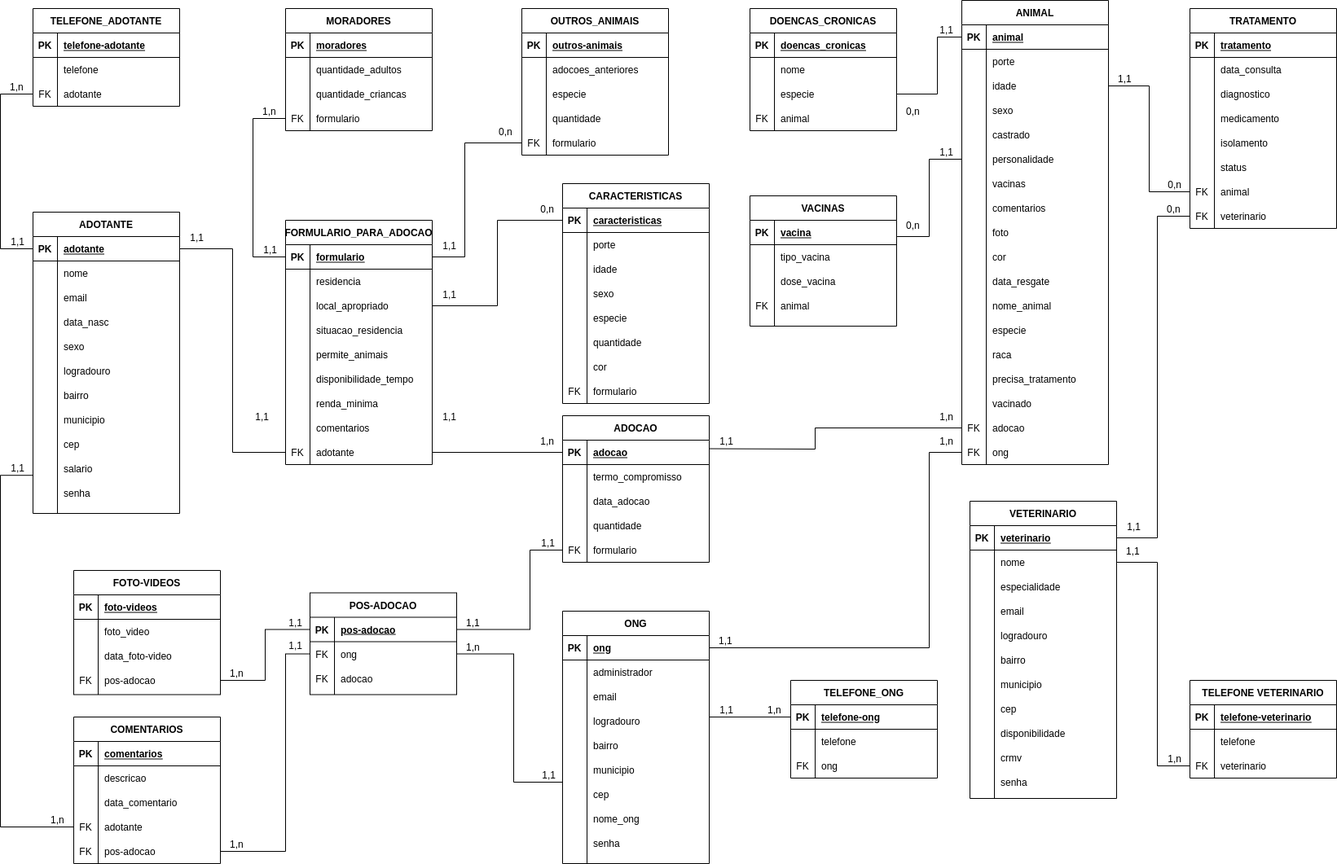
Before: img/relacional.png, a diagram exported from draw.io (ICEI-PUC-Minas-PMV-SI/pmv-si-2021-2-e2-proj-bpm-t1-adocao_animal). Source tidied: cells renumbered, new cells last; positions are measured from the earlier drawing's top-left corner, leaving out a move shared by most shapes.
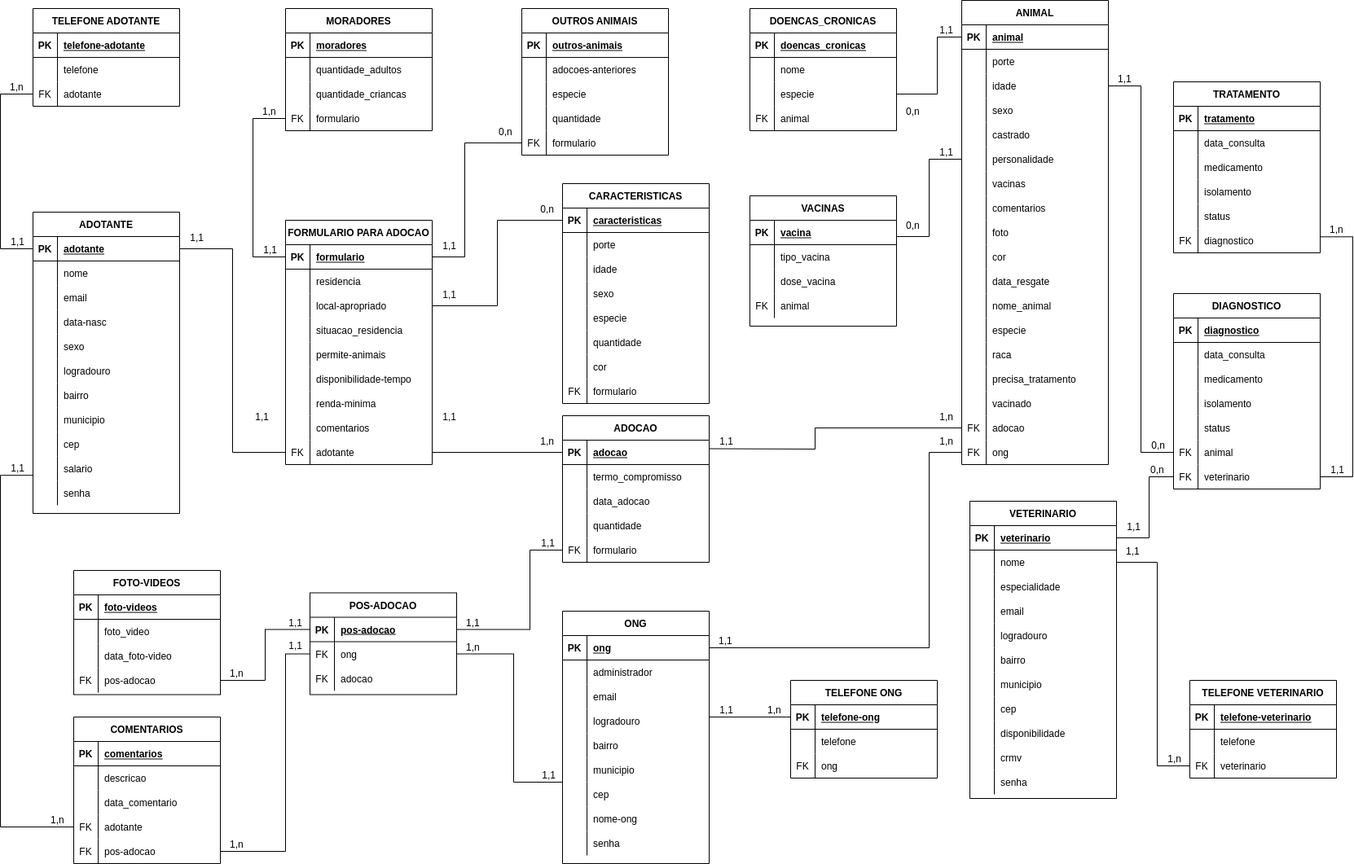
The same diagram one commit later.

Commit message:
Atualizaçao do DER e modelo relacional

The edit, as a diff of the source:
```diff
@@ -169,3 +169,3 @@
     </mxCell>
-    <mxCell id="57" value="TELEFONE_ADOTANTE" style="shape=table;startSize=30;rowLines=0;fontStyle=1;align=center;" parent="1" vertex="1">
+    <mxCell id="57" value="TELEFONE ADOTANTE" style="shape=table;startSize=30;rowLines=0;fontStyle=1;align=center;" parent="1" vertex="1">
       <mxGeometry x="40" y="10" width="180" height="120" as="geometry" />
@@ -235,3 +235,3 @@
     </mxCell>
-    <mxCell id="79" value="data_nasc" style="shape=partialRectangle;fillColor=none;top=0;left=0;bottom=0;right=0;align=left;spacingLeft=6;overflow=hidden;" parent="77" vertex="1">
+    <mxCell id="79" value="data-nasc" style="shape=partialRectangle;fillColor=none;top=0;left=0;bottom=0;right=0;align=left;spacingLeft=6;overflow=hidden;" parent="77" vertex="1">
       <mxGeometry x="30" width="150" height="30" as="geometry" />
@@ -440,3 +440,3 @@
     </mxCell>
-    <mxCell id="137" value="nome_ong" style="shape=partialRectangle;fillColor=none;top=0;left=0;bottom=0;right=0;align=left;spacingLeft=6;overflow=hidden;" parent="135" vertex="1">
+    <mxCell id="137" value="nome-ong" style="shape=partialRectangle;fillColor=none;top=0;left=0;bottom=0;right=0;align=left;spacingLeft=6;overflow=hidden;" parent="135" vertex="1">
       <mxGeometry x="30" width="150" height="30" as="geometry" />
@@ -756,4 +756,4 @@
     </mxCell>
-    <mxCell id="236" value="TRATAMENTO" style="shape=table;startSize=30;rowLines=0;fontStyle=1;align=center;" parent="1" vertex="1">
-      <mxGeometry x="1460" y="10" width="180" height="270" as="geometry" />
+    <mxCell id="236" value="DIAGNOSTICO" style="shape=table;startSize=30;rowLines=0;fontStyle=1;align=center;" parent="1" vertex="1">
+      <mxGeometry x="1440" y="360" width="180" height="240" as="geometry" />
     </mxCell>
@@ -765,3 +765,3 @@
     </mxCell>
-    <mxCell id="239" value="tratamento" style="shape=partialRectangle;fillColor=none;top=0;left=0;bottom=0;right=0;align=left;spacingLeft=6;fontStyle=5;overflow=hidden;" parent="237" vertex="1">
+    <mxCell id="239" value="diagnostico" style="shape=partialRectangle;fillColor=none;top=0;left=0;bottom=0;right=0;align=left;spacingLeft=6;fontStyle=5;overflow=hidden;" parent="237" vertex="1">
       <mxGeometry x="30" width="150" height="30" as="geometry" />
@@ -777,13 +777,4 @@
     </mxCell>
-    <mxCell id="243" style="shape=partialRectangle;fillColor=none;top=0;left=0;bottom=0;right=0;" parent="236" vertex="1">
-      <mxGeometry y="90" width="180" height="30" as="geometry" />
-    </mxCell>
-    <mxCell id="244" style="shape=partialRectangle;fillColor=none;top=0;left=0;bottom=0;right=0;overflow=hidden;" parent="243" vertex="1">
-      <mxGeometry width="30" height="30" as="geometry" />
-    </mxCell>
-    <mxCell id="245" value="diagnostico" style="shape=partialRectangle;fillColor=none;top=0;left=0;bottom=0;right=0;align=left;spacingLeft=6;overflow=hidden;" parent="243" vertex="1">
-      <mxGeometry x="30" width="150" height="30" as="geometry" />
-    </mxCell>
     <mxCell id="246" style="shape=partialRectangle;fillColor=none;top=0;left=0;bottom=0;right=0;" parent="236" vertex="1">
-      <mxGeometry y="120" width="180" height="30" as="geometry" />
+      <mxGeometry y="90" width="180" height="30" as="geometry" />
     </mxCell>
@@ -796,3 +787,3 @@
     <mxCell id="249" style="shape=partialRectangle;fillColor=none;top=0;left=0;bottom=0;right=0;" parent="236" vertex="1">
-      <mxGeometry y="150" width="180" height="30" as="geometry" />
+      <mxGeometry y="120" width="180" height="30" as="geometry" />
     </mxCell>
@@ -805,3 +796,3 @@
     <mxCell id="252" style="shape=partialRectangle;fillColor=none;top=0;left=0;bottom=0;right=0;" parent="236" vertex="1">
-      <mxGeometry y="180" width="180" height="30" as="geometry" />
+      <mxGeometry y="150" width="180" height="30" as="geometry" />
     </mxCell>
@@ -814,3 +805,3 @@
     <mxCell id="255" style="shape=partialRectangle;fillColor=none;top=0;left=0;bottom=0;right=0;points=[[0,0.5],[1,0.5]];portConstraint=eastwest;" parent="236" vertex="1">
-      <mxGeometry y="210" width="180" height="30" as="geometry" />
+      <mxGeometry y="180" width="180" height="30" as="geometry" />
     </mxCell>
@@ -823,3 +814,3 @@
     <mxCell id="258" style="shape=partialRectangle;fillColor=none;top=0;left=0;bottom=0;right=0;points=[[0,0.5],[1,0.5]];portConstraint=eastwest;" parent="236" vertex="1">
-      <mxGeometry y="240" width="180" height="30" as="geometry" />
+      <mxGeometry y="210" width="180" height="30" as="geometry" />
     </mxCell>
@@ -900,3 +891,3 @@
     </mxCell>
-    <mxCell id="284" value="TELEFONE_ONG" style="shape=table;startSize=30;rowLines=0;fontStyle=1;align=center;" parent="1" vertex="1">
+    <mxCell id="284" value="TELEFONE ONG" style="shape=table;startSize=30;rowLines=0;fontStyle=1;align=center;" parent="1" vertex="1">
       <mxGeometry x="970" y="835" width="180" height="120" as="geometry" />
@@ -966,4 +957,4 @@
         <Array as="points">
-          <mxPoint x="1420" y="265" />
-          <mxPoint x="1420" y="660" />
+          <mxPoint x="1410" y="585" />
+          <mxPoint x="1410" y="660" />
         </Array>
@@ -1002,4 +993,4 @@
         <Array as="points">
-          <mxPoint x="1410" y="105" />
-          <mxPoint x="1410" y="235" />
+          <mxPoint x="1400" y="105" />
+          <mxPoint x="1400" y="555" />
         </Array>
@@ -1049,3 +1040,3 @@
     </mxCell>
-    <mxCell id="315" value="FORMULARIO_PARA_ADOCAO" style="shape=table;startSize=30;rowLines=0;fontStyle=1;align=center;" parent="1" vertex="1">
+    <mxCell id="315" value="FORMULARIO PARA ADOCAO" style="shape=table;startSize=30;rowLines=0;fontStyle=1;align=center;" parent="1" vertex="1">
       <mxGeometry x="350" y="270" width="180" height="300" as="geometry" />
@@ -1076,3 +1067,3 @@
     </mxCell>
-    <mxCell id="324" value="local_apropriado" style="shape=partialRectangle;fillColor=none;top=0;left=0;bottom=0;right=0;align=left;spacingLeft=6;overflow=hidden;" parent="322" vertex="1">
+    <mxCell id="324" value="local-apropriado" style="shape=partialRectangle;fillColor=none;top=0;left=0;bottom=0;right=0;align=left;spacingLeft=6;overflow=hidden;" parent="322" vertex="1">
       <mxGeometry x="30" width="150" height="30" as="geometry" />
@@ -1094,3 +1085,3 @@
     </mxCell>
-    <mxCell id="330" value="permite_animais" style="shape=partialRectangle;fillColor=none;top=0;left=0;bottom=0;right=0;align=left;spacingLeft=6;overflow=hidden;" parent="328" vertex="1">
+    <mxCell id="330" value="permite-animais" style="shape=partialRectangle;fillColor=none;top=0;left=0;bottom=0;right=0;align=left;spacingLeft=6;overflow=hidden;" parent="328" vertex="1">
       <mxGeometry x="30" width="150" height="30" as="geometry" />
@@ -1103,3 +1094,3 @@
     </mxCell>
-    <mxCell id="333" value="disponibilidade_tempo" style="shape=partialRectangle;fillColor=none;top=0;left=0;bottom=0;right=0;align=left;spacingLeft=6;overflow=hidden;" parent="331" vertex="1">
+    <mxCell id="333" value="disponibilidade-tempo" style="shape=partialRectangle;fillColor=none;top=0;left=0;bottom=0;right=0;align=left;spacingLeft=6;overflow=hidden;" parent="331" vertex="1">
       <mxGeometry x="30" width="150" height="30" as="geometry" />
@@ -1112,3 +1103,3 @@
     </mxCell>
-    <mxCell id="336" value="renda_minima" style="shape=partialRectangle;fillColor=none;top=0;left=0;bottom=0;right=0;align=left;spacingLeft=6;overflow=hidden;" parent="334" vertex="1">
+    <mxCell id="336" value="renda-minima" style="shape=partialRectangle;fillColor=none;top=0;left=0;bottom=0;right=0;align=left;spacingLeft=6;overflow=hidden;" parent="334" vertex="1">
       <mxGeometry x="30" width="150" height="30" as="geometry" />
@@ -1247,3 +1238,3 @@
     </mxCell>
-    <mxCell id="381" value="OUTROS_ANIMAIS" style="shape=table;startSize=30;rowLines=0;fontStyle=1;align=center;" parent="1" vertex="1">
+    <mxCell id="381" value="OUTROS ANIMAIS" style="shape=table;startSize=30;rowLines=0;fontStyle=1;align=center;" parent="1" vertex="1">
       <mxGeometry x="640" y="10" width="180" height="180" as="geometry" />
@@ -1265,3 +1256,3 @@
     </mxCell>
-    <mxCell id="387" value="adocoes_anteriores" style="shape=partialRectangle;fillColor=none;top=0;left=0;bottom=0;right=0;align=left;spacingLeft=6;overflow=hidden;" parent="385" vertex="1">
+    <mxCell id="387" value="adocoes-anteriores" style="shape=partialRectangle;fillColor=none;top=0;left=0;bottom=0;right=0;align=left;spacingLeft=6;overflow=hidden;" parent="385" vertex="1">
       <mxGeometry x="30" width="150" height="30" as="geometry" />
@@ -1413,2 +1404,77 @@
     </mxCell>
+    <mxCell id="428" value="TRATAMENTO" style="shape=table;startSize=30;rowLines=0;fontStyle=1;align=center;" parent="1" vertex="1">
+      <mxGeometry x="1440" y="100" width="180" height="210" as="geometry" />
+    </mxCell>
+    <mxCell id="429" style="shape=partialRectangle;fillColor=none;top=0;left=0;bottom=1;right=0;" parent="428" vertex="1">
+      <mxGeometry y="30" width="180" height="30" as="geometry" />
+    </mxCell>
+    <mxCell id="430" value="PK" style="shape=partialRectangle;fillColor=none;top=0;left=0;bottom=0;right=0;fontStyle=1;overflow=hidden;" parent="429" vertex="1">
+      <mxGeometry width="30" height="30" as="geometry" />
+    </mxCell>
+    <mxCell id="431" value="tratamento" style="shape=partialRectangle;fillColor=none;top=0;left=0;bottom=0;right=0;align=left;spacingLeft=6;fontStyle=5;overflow=hidden;" parent="429" vertex="1">
+      <mxGeometry x="30" width="150" height="30" as="geometry" />
+    </mxCell>
+    <mxCell id="432" style="shape=partialRectangle;fillColor=none;top=0;left=0;bottom=0;right=0;" parent="428" vertex="1">
+      <mxGeometry y="60" width="180" height="30" as="geometry" />
+    </mxCell>
+    <mxCell id="433" style="shape=partialRectangle;fillColor=none;top=0;left=0;bottom=0;right=0;overflow=hidden;" parent="432" vertex="1">
+      <mxGeometry width="30" height="30" as="geometry" />
+    </mxCell>
+    <mxCell id="434" value="data_consulta" style="shape=partialRectangle;fillColor=none;top=0;left=0;bottom=0;right=0;align=left;spacingLeft=6;overflow=hidden;" parent="432" vertex="1">
+      <mxGeometry x="30" width="150" height="30" as="geometry" />
+    </mxCell>
+    <mxCell id="243" style="shape=partialRectangle;fillColor=none;top=0;left=0;bottom=0;right=0;" parent="428" vertex="1">
+      <mxGeometry y="90" width="180" height="30" as="geometry" />
+    </mxCell>
+    <mxCell id="435" style="shape=partialRectangle;fillColor=none;top=0;left=0;bottom=0;right=0;overflow=hidden;" parent="243" vertex="1">
+      <mxGeometry width="30" height="30" as="geometry" />
+    </mxCell>
+    <mxCell id="436" value="medicamento" style="shape=partialRectangle;fillColor=none;top=0;left=0;bottom=0;right=0;align=left;spacingLeft=6;overflow=hidden;" parent="243" vertex="1">
+      <mxGeometry x="30" width="150" height="30" as="geometry" />
+    </mxCell>
+    <mxCell id="437" style="shape=partialRectangle;fillColor=none;top=0;left=0;bottom=0;right=0;" parent="428" vertex="1">
+      <mxGeometry y="120" width="180" height="30" as="geometry" />
+    </mxCell>
+    <mxCell id="438" style="shape=partialRectangle;fillColor=none;top=0;left=0;bottom=0;right=0;overflow=hidden;" parent="437" vertex="1">
+      <mxGeometry width="30" height="30" as="geometry" />
+    </mxCell>
+    <mxCell id="439" value="isolamento" style="shape=partialRectangle;fillColor=none;top=0;left=0;bottom=0;right=0;align=left;spacingLeft=6;overflow=hidden;" parent="437" vertex="1">
+      <mxGeometry x="30" width="150" height="30" as="geometry" />
+    </mxCell>
+    <mxCell id="440" style="shape=partialRectangle;fillColor=none;top=0;left=0;bottom=0;right=0;" parent="428" vertex="1">
+      <mxGeometry y="150" width="180" height="30" as="geometry" />
+    </mxCell>
+    <mxCell id="441" style="shape=partialRectangle;fillColor=none;top=0;left=0;bottom=0;right=0;overflow=hidden;" parent="440" vertex="1">
+      <mxGeometry width="30" height="30" as="geometry" />
+    </mxCell>
+    <mxCell id="442" value="status" style="shape=partialRectangle;fillColor=none;top=0;left=0;bottom=0;right=0;align=left;spacingLeft=6;overflow=hidden;" parent="440" vertex="1">
+      <mxGeometry x="30" width="150" height="30" as="geometry" />
+    </mxCell>
+    <mxCell id="443" style="shape=partialRectangle;fillColor=none;top=0;left=0;bottom=0;right=0;points=[[0,0.5],[1,0.5]];portConstraint=eastwest;" parent="428" vertex="1">
+      <mxGeometry y="180" width="180" height="30" as="geometry" />
+    </mxCell>
+    <mxCell id="444" value="FK" style="shape=partialRectangle;fillColor=none;top=0;left=0;bottom=0;right=0;overflow=hidden;" parent="443" vertex="1">
+      <mxGeometry width="30" height="30" as="geometry" />
+    </mxCell>
+    <mxCell id="245" value="diagnostico" style="shape=partialRectangle;fillColor=none;top=0;left=0;bottom=0;right=0;align=left;spacingLeft=6;overflow=hidden;" parent="443" vertex="1">
+      <mxGeometry x="30" width="150" height="30" as="geometry" />
+    </mxCell>
+    <mxCell id="445" style="endArrow=none;html=1;rounded=0;edgeStyle=orthogonalEdgeStyle;entryX=1;entryY=0.5;entryDx=0;entryDy=0;exitX=1;exitY=0.344;exitDx=0;exitDy=0;exitPerimeter=0;" parent="1" edge="1" source="443" target="258">
+      <mxGeometry relative="1" as="geometry">
+        <Array as="points">
+          <mxPoint x="1660" y="290" />
+          <mxPoint x="1660" y="585" />
+        </Array>
+      </mxGeometry>
+    </mxCell>
+    <mxCell id="446" value="1,n" style="html=1;align=left;verticalAlign=bottom;" parent="445" vertex="1">
+      <mxGeometry x="-1" relative="1" as="geometry">
+        <mxPoint x="10" as="offset" />
+      </mxGeometry>
+    </mxCell>
+    <mxCell id="447" value="1,1" style="html=1;align=right;verticalAlign=bottom;" parent="445" vertex="1">
+      <mxGeometry x="1" relative="1" as="geometry">
+        <mxPoint x="30" as="offset" />
+      </mxGeometry>
+    </mxCell>
   </root>
```
